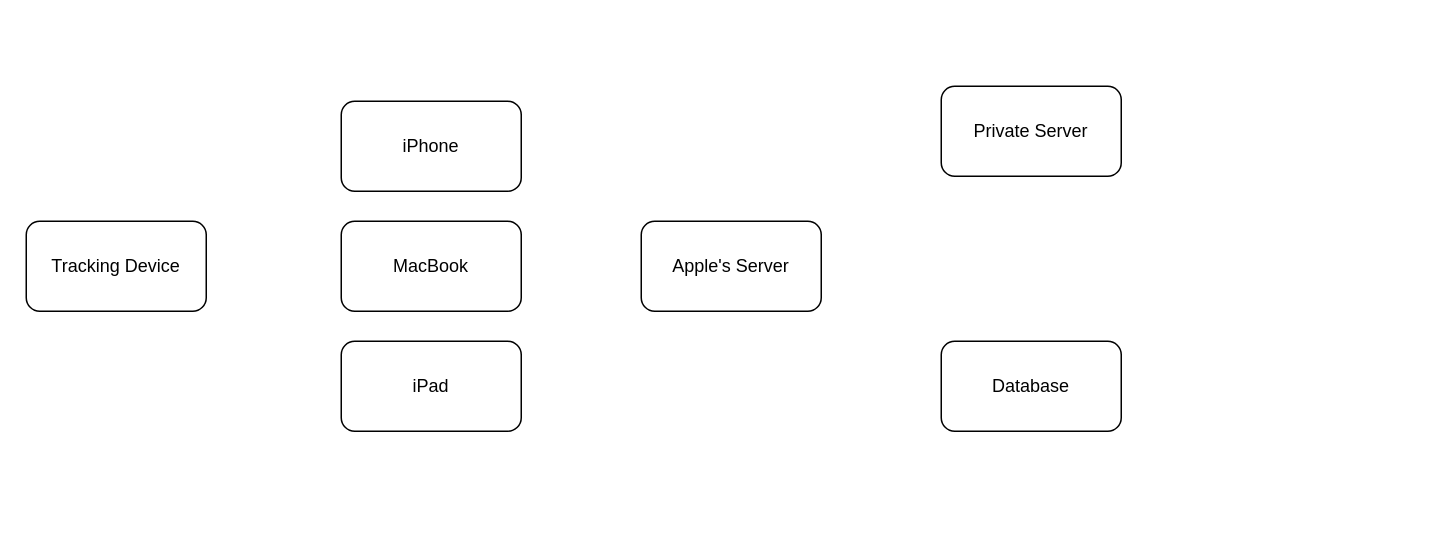
Before: Detail_System.drawio in Child-Safety-Tracker/Diagrams, a draw.io diagram. Source tidied: cells renumbered, new cells numbered last; positions are measured from the earlier drawing's top-left corner, leaving out a move shared by most shapes. Both pictures are drawn from the tidied source at 150%, with x=0, y=0 at pixel (26, 86).
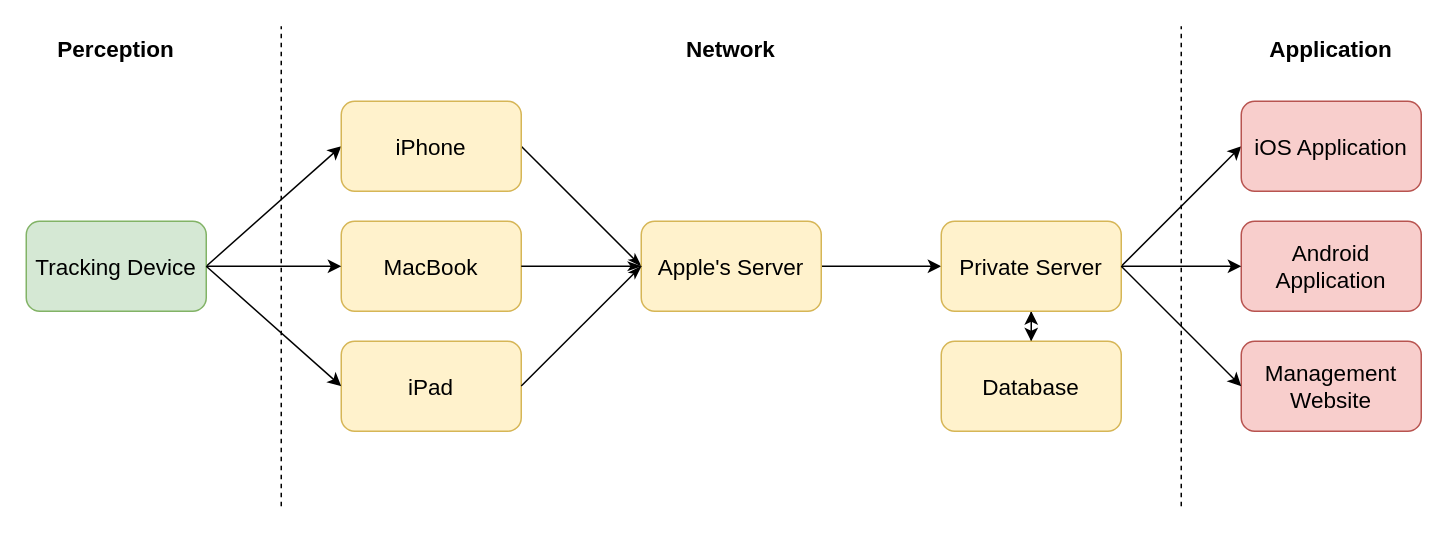
The same diagram, later.

The edit, as a diff of the source:
```diff
@@
+    <mxCell id="9" style="rounded=0;jettySize=auto;html=1;entryX=0;entryY=0.5;entryDx=0;entryDy=0;exitX=1;exitY=0.5;exitDx=0;exitDy=0;fontSize=15;" parent="1" edge="1" source="2" target="3">
+      <mxGeometry relative="1" as="geometry" />
+    </mxCell>
-    <mxCell id="2" value="Tracking Device" style="rounded=1;whiteSpace=wrap;html=1;" parent="1" vertex="1">
+    <mxCell id="2" value="Tracking Device" style="rounded=1;whiteSpace=wrap;html=1;fillColor=#d5e8d4;strokeColor=#82b366;fontSize=15;" parent="1" vertex="1">
       <mxGeometry y="90" width="120" height="60" as="geometry" />
     </mxCell>
+    <mxCell id="10" style="rounded=0;jettySize=auto;html=1;entryX=0;entryY=0.5;entryDx=0;entryDy=0;exitX=1;exitY=0.5;exitDx=0;exitDy=0;endArrow=classicThin;endFill=1;fontSize=15;" parent="1" edge="1" source="3" target="6">
+      <mxGeometry relative="1" as="geometry" />
+    </mxCell>
-    <mxCell id="3" value="iPhone" style="rounded=1;whiteSpace=wrap;html=1;" parent="1" vertex="1">
+    <mxCell id="3" value="iPhone" style="rounded=1;whiteSpace=wrap;html=1;fillColor=#fff2cc;strokeColor=#d6b656;fontSize=15;" parent="1" vertex="1">
       <mxGeometry x="210" y="10" width="120" height="60" as="geometry" />
     </mxCell>
-    <mxCell id="4" value="MacBook" style="rounded=1;whiteSpace=wrap;html=1;" parent="1" vertex="1">
+    <mxCell id="4" value="MacBook" style="rounded=1;whiteSpace=wrap;html=1;fillColor=#fff2cc;strokeColor=#d6b656;fontSize=15;" parent="1" vertex="1">
       <mxGeometry x="210" y="90" width="120" height="60" as="geometry" />
     </mxCell>
-    <mxCell id="5" value="iPad" style="rounded=1;whiteSpace=wrap;html=1;" parent="1" vertex="1">
+    <mxCell id="5" value="iPad" style="rounded=1;whiteSpace=wrap;html=1;fillColor=#fff2cc;strokeColor=#d6b656;fontSize=15;" parent="1" vertex="1">
       <mxGeometry x="210" y="170" width="120" height="60" as="geometry" />
     </mxCell>
+    <mxCell id="11" style="edgeStyle=orthogonalEdgeStyle;rounded=0;jettySize=auto;html=1;fontSize=15;" parent="1" edge="1" source="6" target="7">
+      <mxGeometry relative="1" as="geometry" />
+    </mxCell>
-    <mxCell id="6" value="Apple's Server" style="rounded=1;whiteSpace=wrap;html=1;" parent="1" vertex="1">
+    <mxCell id="6" value="Apple's Server" style="rounded=1;whiteSpace=wrap;html=1;fillColor=#fff2cc;strokeColor=#d6b656;fontSize=15;" parent="1" vertex="1">
       <mxGeometry x="410" y="90" width="120" height="60" as="geometry" />
     </mxCell>
+    <mxCell id="12" style="edgeStyle=orthogonalEdgeStyle;rounded=0;jettySize=auto;html=1;startArrow=classic;startFill=1;fontSize=15;" parent="1" edge="1" source="7" target="8">
+      <mxGeometry relative="1" as="geometry" />
+    </mxCell>
+    <mxCell id="13" style="rounded=0;jettySize=auto;html=1;entryX=0;entryY=0.5;entryDx=0;entryDy=0;exitX=1;exitY=0.5;exitDx=0;exitDy=0;fontSize=15;" parent="1" edge="1" source="7" target="14">
+      <mxGeometry relative="1" as="geometry" />
+    </mxCell>
-    <mxCell id="7" value="Private Server" style="rounded=1;whiteSpace=wrap;html=1;" parent="1" vertex="1">
-      <mxGeometry x="610" width="120" height="60" as="geometry" />
+    <mxCell id="7" value="Private Server" style="rounded=1;whiteSpace=wrap;html=1;fillColor=#fff2cc;strokeColor=#d6b656;fontSize=15;" parent="1" vertex="1">
+      <mxGeometry x="610" y="90" width="120" height="60" as="geometry" />
     </mxCell>
-    <mxCell id="8" value="Database" style="rounded=1;whiteSpace=wrap;html=1;" parent="1" vertex="1">
+    <mxCell id="8" value="Database" style="rounded=1;whiteSpace=wrap;html=1;fillColor=#fff2cc;strokeColor=#d6b656;fontSize=15;" parent="1" vertex="1">
       <mxGeometry x="610" y="170" width="120" height="60" as="geometry" />
     </mxCell>
+    <mxCell id="14" value="iOS Application" style="rounded=1;whiteSpace=wrap;html=1;fillColor=#f8cecc;strokeColor=#b85450;fontSize=15;" parent="1" vertex="1">
+      <mxGeometry x="810" y="10" width="120" height="60" as="geometry" />
+    </mxCell>
+    <mxCell id="15" value="Android Application" style="rounded=1;whiteSpace=wrap;html=1;fillColor=#f8cecc;strokeColor=#b85450;fontSize=15;" parent="1" vertex="1">
+      <mxGeometry x="810" y="90" width="120" height="60" as="geometry" />
+    </mxCell>
+    <mxCell id="16" value="Management&lt;div&gt;Website&lt;/div&gt;" style="rounded=1;whiteSpace=wrap;html=1;fillColor=#f8cecc;strokeColor=#b85450;fontSize=15;" parent="1" vertex="1">
+      <mxGeometry x="810" y="170" width="120" height="60" as="geometry" />
+    </mxCell>
+    <mxCell id="17" style="rounded=0;jettySize=auto;html=1;entryX=0;entryY=0.5;entryDx=0;entryDy=0;exitX=1;exitY=0.5;exitDx=0;exitDy=0;fontSize=15;" parent="1" edge="1" source="2" target="4">
+      <mxGeometry relative="1" as="geometry" />
+    </mxCell>
+    <mxCell id="18" style="rounded=0;jettySize=auto;html=1;entryX=0;entryY=0.5;entryDx=0;entryDy=0;fontSize=15;" parent="1" edge="1" target="5">
+      <mxGeometry relative="1" as="geometry">
+        <mxPoint x="120" y="120" as="sourcePoint" />
+      </mxGeometry>
+    </mxCell>
+    <mxCell id="19" style="rounded=0;jettySize=auto;html=1;entryX=0;entryY=0.5;entryDx=0;entryDy=0;exitX=1;exitY=0.5;exitDx=0;exitDy=0;endArrow=classicThin;endFill=1;fontSize=15;" parent="1" edge="1" target="6">
+      <mxGeometry relative="1" as="geometry">
+        <mxPoint x="330" y="120" as="sourcePoint" />
+      </mxGeometry>
+    </mxCell>
+    <mxCell id="20" style="rounded=0;jettySize=auto;html=1;entryX=0;entryY=0.5;entryDx=0;entryDy=0;exitX=1;exitY=0.5;exitDx=0;exitDy=0;endArrow=classicThin;endFill=1;fontSize=15;" parent="1" edge="1" target="6">
+      <mxGeometry relative="1" as="geometry">
+        <mxPoint x="330" y="199.8" as="sourcePoint" />
+      </mxGeometry>
+    </mxCell>
+    <mxCell id="21" style="rounded=0;jettySize=auto;html=1;entryX=0;entryY=0.5;entryDx=0;entryDy=0;exitX=1;exitY=0.5;exitDx=0;exitDy=0;fontSize=15;" parent="1" edge="1" source="7" target="15">
+      <mxGeometry relative="1" as="geometry" />
+    </mxCell>
+    <mxCell id="22" style="rounded=0;jettySize=auto;html=1;entryX=0;entryY=0.5;entryDx=0;entryDy=0;exitX=1;exitY=0.5;exitDx=0;exitDy=0;fontSize=15;" parent="1" edge="1" source="7" target="16">
+      <mxGeometry relative="1" as="geometry" />
+    </mxCell>
+    <mxCell id="23" style="endArrow=none;dashed=1;html=1;rounded=0;" parent="1" edge="1">
+      <mxGeometry relative="1" as="geometry">
+        <mxPoint x="170" y="280" as="sourcePoint" />
+        <mxPoint x="170" y="-40" as="targetPoint" />
+      </mxGeometry>
+    </mxCell>
+    <mxCell id="24" style="endArrow=none;dashed=1;html=1;rounded=0;" parent="1" edge="1">
+      <mxGeometry relative="1" as="geometry">
+        <mxPoint x="770" y="280" as="sourcePoint" />
+        <mxPoint x="770" y="-40" as="targetPoint" />
+      </mxGeometry>
+    </mxCell>
+    <mxCell id="25" value="Perception" style="text;html=1;align=center;verticalAlign=middle;whiteSpace=wrap;rounded=0;fontSize=15;fontStyle=1;" parent="1" vertex="1">
+      <mxGeometry x="30" y="-40" width="60" height="30" as="geometry" />
+    </mxCell>
+    <mxCell id="26" value="Network" style="text;html=1;align=center;verticalAlign=middle;whiteSpace=wrap;rounded=0;fontSize=15;fontStyle=1;" parent="1" vertex="1">
+      <mxGeometry x="440" y="-40" width="60" height="30" as="geometry" />
+    </mxCell>
+    <mxCell id="27" value="Application" style="text;html=1;align=center;verticalAlign=middle;whiteSpace=wrap;rounded=0;fontSize=15;fontStyle=1;" parent="1" vertex="1">
+      <mxGeometry x="840" y="-40" width="60" height="30" as="geometry" />
+    </mxCell>
```
